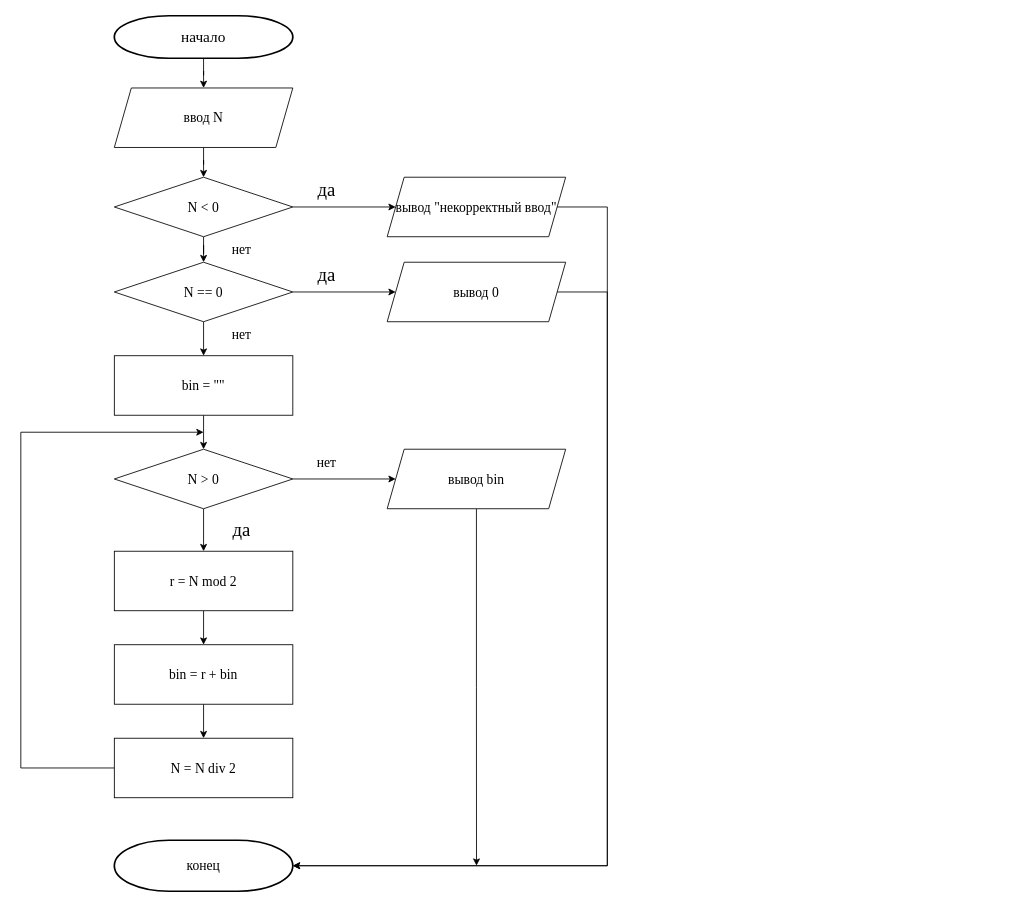
The draw.io diagram page "Страница-1" (1 of 2) of Диаграмма без названия.drawio in xujeta/xujeta, before the edit. Source tidied: cells renumbered, new cells numbered last; positions are measured from the earlier drawing's top-left corner, leaving out a move shared by most shapes. Both pictures are drawn from the tidied source at 85%, with x=0, y=0 at pixel (20, 15).
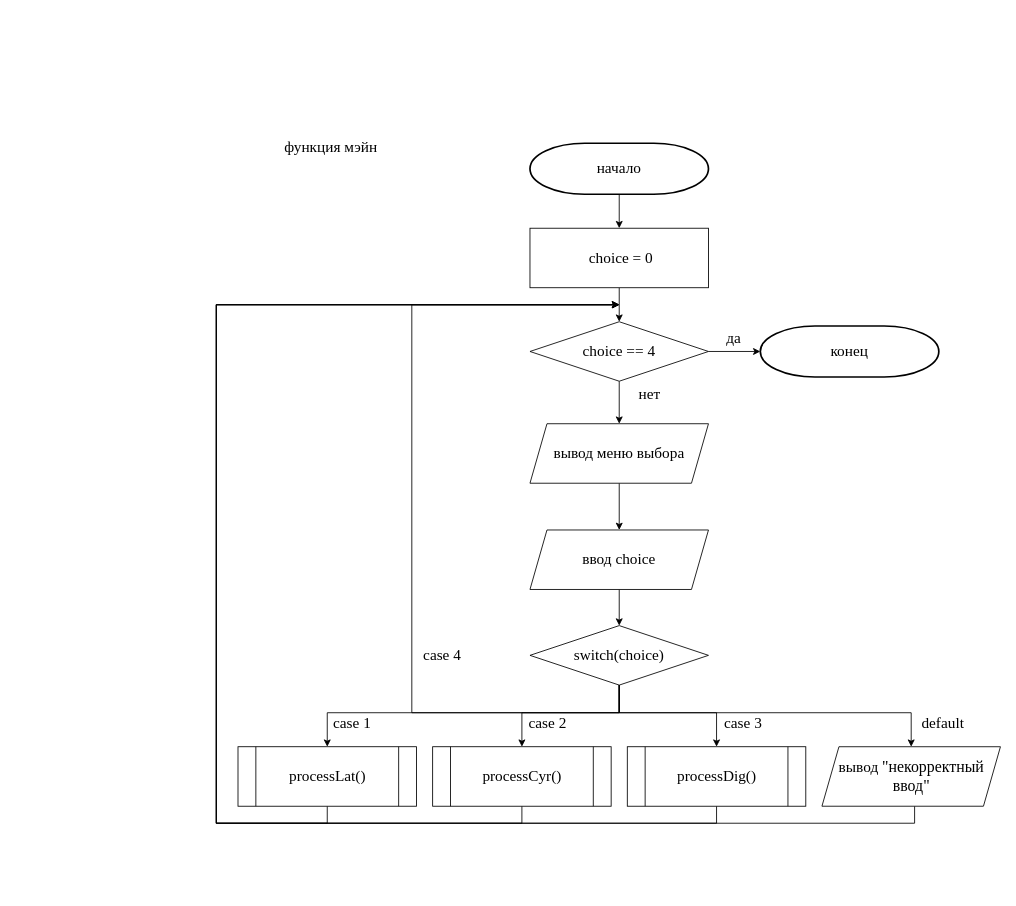
After the change.

The edit, as a diff of the source:
```diff
@@
-    <mxCell id="2" style="edgeStyle=orthogonalEdgeStyle;rounded=0;jettySize=auto;html=1;defaultLabelBackgroundColor=page;labelPadding=0 4;" parent="1" edge="1" source="3" target="8">
-      <mxGeometry relative="1" as="geometry" />
-    </mxCell>
+    <mxCell id="36" style="group;" parent="1" vertex="1">
+      <mxGeometry x="230" y="130" width="922.5" height="820" as="geometry" />
+    </mxCell>
+    <mxCell id="37" style="edgeStyle=orthogonalEdgeStyle;rounded=0;jettySize=auto;html=1;exitX=0.5;exitY=1;exitDx=0;exitDy=0;exitPerimeter=0;entryX=0.5;entryY=0;entryDx=0;entryDy=0;defaultLabelBackgroundColor=page;labelPadding=0 4;fontFamily=Times New Roman;fontSize=18;" parent="36" edge="1" source="3" target="39">
+      <mxGeometry relative="1" as="geometry" />
+    </mxCell>
-    <mxCell id="3" value="начало" style="strokeWidth=2;html=1;shape=mxgraph.flowchart.terminator;whiteSpace=wrap;fontFamily=Times New Roman;fontSize=18;" parent="1" vertex="1">
-      <mxGeometry x="110" width="210" height="50" as="geometry" />
+    <mxCell id="3" value="начало" style="strokeWidth=2;html=1;shape=mxgraph.flowchart.terminator;whiteSpace=wrap;fontFamily=Times New Roman;fontSize=18;" parent="36" vertex="1">
+      <mxGeometry x="369" y="20" width="210" height="60" as="geometry" />
     </mxCell>
-    <mxCell id="4" style="edgeStyle=orthogonalEdgeStyle;rounded=0;jettySize=auto;html=1;defaultLabelBackgroundColor=page;labelPadding=0 4;fontFamily=Times New Roman;fontSize=16;" parent="1" edge="1" source="6" target="12">
-      <mxGeometry relative="1" as="geometry" />
-    </mxCell>
-    <mxCell id="5" style="edgeStyle=orthogonalEdgeStyle;rounded=0;jettySize=auto;html=1;defaultLabelBackgroundColor=page;labelPadding=0 4;fontFamily=Times New Roman;fontSize=16;" parent="1" edge="1" source="6" target="15">
-      <mxGeometry relative="1" as="geometry" />
-    </mxCell>
+    <mxCell id="38" style="edgeStyle=orthogonalEdgeStyle;rounded=0;jettySize=auto;html=1;exitX=0.5;exitY=1;exitDx=0;exitDy=0;entryX=0.5;entryY=0;entryDx=0;entryDy=0;defaultLabelBackgroundColor=page;labelPadding=0 4;fontFamily=Times New Roman;fontSize=18;" parent="36" edge="1" source="39" target="6">
+      <mxGeometry relative="1" as="geometry" />
+    </mxCell>
+    <mxCell id="39" value="&amp;nbsp;choice = 0" style="rounded=0;whiteSpace=wrap;html=1;fontFamily=Times New Roman;fontSize=18;" parent="36" vertex="1">
+      <mxGeometry x="369" y="120" width="210" height="70" as="geometry" />
+    </mxCell>
+    <mxCell id="40" style="edgeStyle=orthogonalEdgeStyle;rounded=0;jettySize=auto;html=1;defaultLabelBackgroundColor=page;labelPadding=0 4;" parent="36" edge="1" source="6" target="8">
+      <mxGeometry relative="1" as="geometry" />
+    </mxCell>
-    <mxCell id="6" value="N &amp;lt; 0" style="rhombus;whiteSpace=wrap;html=1;shapeInside=1;fontFamily=Times New Roman;fontSize=16;" parent="1" vertex="1">
-      <mxGeometry x="110" y="190" width="210" height="70" as="geometry" />
+    <mxCell id="6" value="choice == 4" style="rhombus;whiteSpace=wrap;html=1;shapeInside=1;fontFamily=Times New Roman;fontSize=18;" parent="36" vertex="1">
+      <mxGeometry x="369" y="230" width="210" height="70" as="geometry" />
     </mxCell>
-    <mxCell id="7" style="edgeStyle=orthogonalEdgeStyle;rounded=0;jettySize=auto;html=1;defaultLabelBackgroundColor=page;labelPadding=0 4;fontFamily=Times New Roman;fontSize=16;" parent="1" edge="1" source="8" target="6">
-      <mxGeometry relative="1" as="geometry" />
-    </mxCell>
+    <mxCell id="41" style="edgeStyle=orthogonalEdgeStyle;rounded=0;jettySize=auto;html=1;exitX=0.5;exitY=1;exitDx=0;exitDy=0;defaultLabelBackgroundColor=page;labelPadding=0 4;fontFamily=Times New Roman;fontSize=18;" parent="36" edge="1" source="8" target="43">
+      <mxGeometry relative="1" as="geometry" />
+    </mxCell>
-    <mxCell id="8" value="ввод N" style="shape=parallelogram;perimeter=parallelogramPerimeter;whiteSpace=wrap;html=1;shapeInside=1;fixedSize=1;fontFamily=Times New Roman;fontSize=16;" parent="1" vertex="1">
-      <mxGeometry x="110" y="85" width="210" height="70" as="geometry" />
+    <mxCell id="8" value="вывод меню выбора" style="shape=parallelogram;perimeter=parallelogramPerimeter;whiteSpace=wrap;html=1;shapeInside=1;fixedSize=1;fontFamily=Times New Roman;fontSize=18;" parent="36" vertex="1">
+      <mxGeometry x="369" y="350" width="210" height="70" as="geometry" />
     </mxCell>
-    <mxCell id="9" value="конец" style="strokeWidth=2;html=1;shape=mxgraph.flowchart.terminator;whiteSpace=wrap;fontFamily=Times New Roman;fontSize=16;" parent="1" vertex="1">
-      <mxGeometry x="110" y="970" width="210" height="60" as="geometry" />
+    <mxCell id="9" value="конец" style="strokeWidth=2;html=1;shape=mxgraph.flowchart.terminator;whiteSpace=wrap;fontFamily=Times New Roman;fontSize=18;" parent="36" vertex="1">
+      <mxGeometry x="640" y="235" width="210" height="60" as="geometry" />
     </mxCell>
+    <mxCell id="42" style="edgeStyle=orthogonalEdgeStyle;rounded=0;jettySize=auto;html=1;exitX=0.5;exitY=1;exitDx=0;exitDy=0;entryX=0.5;entryY=0;entryDx=0;entryDy=0;defaultLabelBackgroundColor=page;labelPadding=0 4;fontFamily=Times New Roman;fontSize=18;" parent="36" edge="1" source="43" target="49">
+      <mxGeometry relative="1" as="geometry" />
+    </mxCell>
+    <mxCell id="43" value="ввод choice" style="shape=parallelogram;perimeter=parallelogramPerimeter;whiteSpace=wrap;html=1;shapeInside=1;fixedSize=1;fontFamily=Times New Roman;fontSize=18;" parent="36" vertex="1">
+      <mxGeometry x="369" y="475" width="210" height="70" as="geometry" />
+    </mxCell>
+    <mxCell id="44" style="edgeStyle=orthogonalEdgeStyle;rounded=0;jettySize=auto;html=1;exitX=0.5;exitY=1;exitDx=0;exitDy=0;defaultLabelBackgroundColor=page;labelPadding=0 4;" parent="36" edge="1" source="49">
+      <mxGeometry x="-0.13" relative="1" as="geometry">
+        <mxPoint x="474" y="210" as="targetPoint" />
+        <Array as="points">
+          <mxPoint x="474" y="690" />
+          <mxPoint x="230" y="690" />
+          <mxPoint x="230" y="210" />
+        </Array>
+      </mxGeometry>
+    </mxCell>
+    <mxCell id="45" style="edgeStyle=orthogonalEdgeStyle;rounded=0;jettySize=auto;html=1;exitX=0.5;exitY=1;exitDx=0;exitDy=0;entryX=0.5;entryY=0;entryDx=0;entryDy=0;defaultLabelBackgroundColor=page;labelPadding=0 4;" parent="36" edge="1" source="49" target="53">
+      <mxGeometry relative="1" as="geometry">
+        <Array as="points">
+          <mxPoint x="474" y="690" />
+          <mxPoint x="130.5" y="690" />
+        </Array>
+      </mxGeometry>
+    </mxCell>
+    <mxCell id="46" style="edgeStyle=orthogonalEdgeStyle;rounded=0;jettySize=auto;html=1;exitX=0.5;exitY=1;exitDx=0;exitDy=0;entryX=0.5;entryY=0;entryDx=0;entryDy=0;defaultLabelBackgroundColor=page;labelPadding=0 4;" parent="36" edge="1" source="49" target="55">
+      <mxGeometry relative="1" as="geometry">
+        <Array as="points">
+          <mxPoint x="474" y="690" />
+          <mxPoint x="359.5" y="690" />
+        </Array>
+      </mxGeometry>
+    </mxCell>
+    <mxCell id="47" style="edgeStyle=orthogonalEdgeStyle;rounded=0;jettySize=auto;html=1;exitX=0.5;exitY=1;exitDx=0;exitDy=0;entryX=0.5;entryY=0;entryDx=0;entryDy=0;defaultLabelBackgroundColor=page;labelPadding=0 4;" parent="36" edge="1" source="49" target="57">
+      <mxGeometry relative="1" as="geometry">
+        <Array as="points">
+          <mxPoint x="474" y="690" />
+          <mxPoint x="588.5" y="690" />
+        </Array>
+      </mxGeometry>
+    </mxCell>
+    <mxCell id="48" style="edgeStyle=orthogonalEdgeStyle;rounded=0;jettySize=auto;html=1;exitX=0.5;exitY=1;exitDx=0;exitDy=0;entryX=0.5;entryY=0;entryDx=0;entryDy=0;defaultLabelBackgroundColor=page;labelPadding=0 4;" parent="36" edge="1" source="49" target="12">
+      <mxGeometry relative="1" as="geometry">
+        <Array as="points">
+          <mxPoint x="474" y="690" />
+          <mxPoint x="817.5" y="690" />
+        </Array>
+      </mxGeometry>
+    </mxCell>
+    <mxCell id="49" value="switch(choice)" style="rhombus;whiteSpace=wrap;html=1;shapeInside=1;fontFamily=Times New Roman;fontSize=18;" parent="36" vertex="1">
+      <mxGeometry x="369" y="587.5" width="210" height="70" as="geometry" />
+    </mxCell>
+    <mxCell id="50" style="edgeStyle=orthogonalEdgeStyle;rounded=0;orthogonalLoop=1;jettySize=auto;html=1;innerLoopWaypoints=1;exitX=0.5;exitY=1;exitDx=0;exitDy=0;defaultLabelBackgroundColor=page;labelPadding=0 4;" parent="36" edge="1" source="49" target="49">
+      <mxGeometry relative="1" as="geometry" />
+    </mxCell>
+    <mxCell id="51" style="edgeStyle=orthogonalEdgeStyle;rounded=0;orthogonalLoop=1;jettySize=auto;html=1;exitX=0.5;exitY=1;exitDx=0;exitDy=0;defaultLabelBackgroundColor=page;labelPadding=0 4;" parent="36" edge="1">
+      <mxGeometry x="-0.08" relative="1" as="geometry">
+        <mxPoint x="821.5" y="800" as="sourcePoint" />
+        <mxPoint x="474" y="210" as="targetPoint" />
+        <Array as="points">
+          <mxPoint x="821.5" y="820" />
+          <mxPoint y="820" />
+          <mxPoint y="210" />
+        </Array>
+      </mxGeometry>
+    </mxCell>
+    <mxCell id="12" value="вывод&amp;nbsp;&lt;span style=&quot;color: black; font-family: &amp;quot;Times New Roman&amp;quot;, serif; font-size: 14pt; background-color: transparent;&quot;&gt;&quot;некорректный&lt;br/&gt;ввод&quot;&lt;/span&gt;" style="shape=parallelogram;perimeter=parallelogramPerimeter;whiteSpace=wrap;html=1;shapeInside=1;fixedSize=1;fontFamily=Times New Roman;fontSize=18;" parent="36" vertex="1">
+      <mxGeometry x="712.5" y="730" width="210" height="70" as="geometry" />
+    </mxCell>
+    <mxCell id="52" style="edgeStyle=orthogonalEdgeStyle;rounded=0;jettySize=auto;html=1;exitX=0.5;exitY=1;exitDx=0;exitDy=0;defaultLabelBackgroundColor=page;labelPadding=0 4;" parent="36" edge="1" source="53">
+      <mxGeometry x="-0.12" relative="1" as="geometry">
+        <mxPoint x="474" y="210" as="targetPoint" />
+        <Array as="points">
+          <mxPoint x="130.5" y="820" />
+          <mxPoint y="820" />
+          <mxPoint y="210" />
+        </Array>
+      </mxGeometry>
+    </mxCell>
+    <mxCell id="53" value="&lt;pre&gt;&lt;font face=&quot;Times New Roman&quot; style=&quot;font-size: 18px;&quot;&gt;processLat()&lt;/font&gt;&lt;/pre&gt;" style="shape=process;whiteSpace=wrap;html=1;backgroundOutline=1;fontFamily=Helvetica;fontSize=12;fontColor=default;fontStyle=0;align=center;verticalAlign=middle;" parent="36" vertex="1">
+      <mxGeometry x="25.5" y="730" width="210" height="70" as="geometry" />
+    </mxCell>
+    <mxCell id="54" style="edgeStyle=orthogonalEdgeStyle;rounded=0;jettySize=auto;html=1;exitX=0.5;exitY=1;exitDx=0;exitDy=0;defaultLabelBackgroundColor=page;labelPadding=0 4;" parent="36" edge="1" source="55">
+      <mxGeometry x="-0.1" relative="1" as="geometry">
+        <mxPoint x="474" y="210" as="targetPoint" />
+        <Array as="points">
+          <mxPoint x="359.5" y="820" />
+          <mxPoint y="820" />
+          <mxPoint y="210" />
+        </Array>
+      </mxGeometry>
+    </mxCell>
+    <mxCell id="55" value="&lt;div style=&quot;&quot;&gt;&lt;span style=&quot;&quot;&gt;processCyr&lt;/span&gt;()&lt;/div&gt;" style="shape=process;whiteSpace=wrap;html=1;backgroundOutline=1;fontFamily=Times New Roman;fontSize=18;fontColor=light-dark(#000000,#FFFFFF);" parent="36" vertex="1">
+      <mxGeometry x="254.5" y="730" width="210" height="70" as="geometry" />
+    </mxCell>
+    <mxCell id="56" style="edgeStyle=orthogonalEdgeStyle;rounded=0;jettySize=auto;html=1;exitX=0.5;exitY=1;exitDx=0;exitDy=0;defaultLabelBackgroundColor=page;labelPadding=0 4;" parent="36" edge="1" source="57">
+      <mxGeometry x="-0.09" relative="1" as="geometry">
+        <mxPoint x="474" y="210" as="targetPoint" />
+        <Array as="points">
+          <mxPoint x="588.5" y="820" />
+          <mxPoint y="820" />
+          <mxPoint y="210" />
+        </Array>
+      </mxGeometry>
+    </mxCell>
+    <mxCell id="57" value="&lt;pre style=&quot;color: rgb(0, 0, 0);&quot;&gt;&lt;font face=&quot;Times New Roman&quot; style=&quot;font-size: 18px;&quot;&gt;processDig()&lt;/font&gt;&lt;/pre&gt;" style="shape=process;whiteSpace=wrap;html=1;backgroundOutline=1;" parent="36" vertex="1">
+      <mxGeometry x="483.5" y="730" width="210" height="70" as="geometry" />
+    </mxCell>
-    <mxCell id="10" value="&lt;font style=&quot;font-size: 22px;&quot;&gt;да&lt;/font&gt;" style="text;html=1;whiteSpace=wrap;strokeColor=none;fillColor=none;align=center;verticalAlign=middle;rounded=0;fontFamily=Times New Roman;fontSize=16;" parent="1" vertex="1">
-      <mxGeometry x="330" y="190" width="60" height="30" as="geometry" />
+    <mxCell id="10" value="&lt;font face=&quot;Times New Roman&quot; style=&quot;font-size: 18px;&quot;&gt;да&lt;/font&gt;" style="text;html=1;whiteSpace=wrap;strokeColor=none;fillColor=none;align=center;verticalAlign=middle;rounded=0;" parent="36" vertex="1">
+      <mxGeometry x="579" y="235" width="60" height="30" as="geometry" />
     </mxCell>
-    <mxCell id="11" value="нет" style="text;html=1;whiteSpace=wrap;strokeColor=none;fillColor=none;align=center;verticalAlign=middle;rounded=0;fontFamily=Times New Roman;fontSize=16;fontColor=default;fontStyle=0;" parent="1" vertex="1">
-      <mxGeometry x="230" y="260" width="60" height="30" as="geometry" />
+    <mxCell id="11" value="нет" style="text;html=1;whiteSpace=wrap;strokeColor=none;fillColor=none;align=center;verticalAlign=middle;rounded=0;fontFamily=Times New Roman;fontSize=18;fontColor=default;fontStyle=0;" parent="36" vertex="1">
+      <mxGeometry x="480" y="300" width="60" height="30" as="geometry" />
     </mxCell>
-    <mxCell id="12" value="вывод &quot;некорректный ввод&quot;" style="shape=parallelogram;perimeter=parallelogramPerimeter;whiteSpace=wrap;html=1;shapeInside=1;fixedSize=1;fontFamily=Times New Roman;fontSize=16;" parent="1" vertex="1">
-      <mxGeometry x="431" y="190" width="210" height="70" as="geometry" />
-    </mxCell>
-    <mxCell id="13" style="edgeStyle=orthogonalEdgeStyle;rounded=0;jettySize=auto;html=1;defaultLabelBackgroundColor=page;labelPadding=0 4;fontFamily=Times New Roman;fontSize=16;" parent="1" edge="1" source="15" target="20">
-      <mxGeometry relative="1" as="geometry" />
-    </mxCell>
-    <mxCell id="14" style="edgeStyle=orthogonalEdgeStyle;rounded=0;jettySize=auto;html=1;defaultLabelBackgroundColor=page;labelPadding=0 4;fontFamily=Times New Roman;fontSize=16;" parent="1" edge="1" source="15" target="18">
-      <mxGeometry relative="1" as="geometry" />
-    </mxCell>
-    <mxCell id="15" value="N == 0" style="rhombus;whiteSpace=wrap;html=1;shapeInside=1;fontFamily=Times New Roman;fontSize=16;" parent="1" vertex="1">
-      <mxGeometry x="110" y="290" width="210" height="70" as="geometry" />
-    </mxCell>
-    <mxCell id="16" value="нет" style="text;html=1;whiteSpace=wrap;strokeColor=none;fillColor=none;align=center;verticalAlign=middle;rounded=0;fontFamily=Times New Roman;fontSize=16;fontColor=default;fontStyle=0;" parent="1" vertex="1">
-      <mxGeometry x="230" y="360" width="60" height="30" as="geometry" />
-    </mxCell>
-    <mxCell id="17" value="&lt;font style=&quot;font-size: 22px;&quot;&gt;да&lt;/font&gt;" style="text;html=1;whiteSpace=wrap;strokeColor=none;fillColor=none;align=center;verticalAlign=middle;rounded=0;fontFamily=Times New Roman;fontSize=16;" parent="1" vertex="1">
-      <mxGeometry x="330" y="290" width="60" height="30" as="geometry" />
-    </mxCell>
-    <mxCell id="18" value="вывод 0" style="shape=parallelogram;perimeter=parallelogramPerimeter;whiteSpace=wrap;html=1;shapeInside=1;fixedSize=1;fontFamily=Times New Roman;fontSize=16;" parent="1" vertex="1">
-      <mxGeometry x="431" y="290" width="210" height="70" as="geometry" />
-    </mxCell>
-    <mxCell id="19" style="edgeStyle=orthogonalEdgeStyle;rounded=0;jettySize=auto;html=1;defaultLabelBackgroundColor=page;labelPadding=0 4;fontFamily=Times New Roman;fontSize=16;" parent="1" edge="1" source="20" target="23">
-      <mxGeometry relative="1" as="geometry" />
-    </mxCell>
-    <mxCell id="20" value="bin = &quot;&quot;" style="rounded=0;whiteSpace=wrap;html=1;fontFamily=Times New Roman;fontSize=16;" parent="1" vertex="1">
-      <mxGeometry x="110" y="400" width="210" height="70" as="geometry" />
-    </mxCell>
-    <mxCell id="21" style="edgeStyle=orthogonalEdgeStyle;rounded=0;jettySize=auto;html=1;defaultLabelBackgroundColor=page;labelPadding=0 4;fontFamily=Times New Roman;fontSize=16;" parent="1" edge="1" source="23" target="27">
-      <mxGeometry relative="1" as="geometry" />
-    </mxCell>
-    <mxCell id="22" style="edgeStyle=orthogonalEdgeStyle;rounded=0;jettySize=auto;html=1;defaultLabelBackgroundColor=page;labelPadding=0 4;fontFamily=Times New Roman;fontSize=16;" parent="1" edge="1" source="23" target="31">
-      <mxGeometry relative="1" as="geometry" />
-    </mxCell>
-    <mxCell id="23" value="N &amp;gt; 0" style="rhombus;whiteSpace=wrap;html=1;shapeInside=1;fontFamily=Times New Roman;fontSize=16;" parent="1" vertex="1">
-      <mxGeometry x="110" y="510" width="210" height="70" as="geometry" />
-    </mxCell>
-    <mxCell id="24" value="нет" style="text;html=1;whiteSpace=wrap;strokeColor=none;fillColor=none;align=center;verticalAlign=middle;rounded=0;fontFamily=Times New Roman;fontSize=16;fontColor=default;fontStyle=0;" parent="1" vertex="1">
-      <mxGeometry x="330" y="510" width="60" height="30" as="geometry" />
-    </mxCell>
-    <mxCell id="25" value="&lt;font style=&quot;font-size: 22px;&quot;&gt;да&lt;/font&gt;" style="text;html=1;whiteSpace=wrap;strokeColor=none;fillColor=none;align=center;verticalAlign=middle;rounded=0;fontFamily=Times New Roman;fontSize=16;" parent="1" vertex="1">
-      <mxGeometry x="230" y="590" width="60" height="30" as="geometry" />
-    </mxCell>
-    <mxCell id="26" style="edgeStyle=orthogonalEdgeStyle;rounded=0;jettySize=auto;html=1;exitX=0.5;exitY=1;exitDx=0;exitDy=0;defaultLabelBackgroundColor=page;labelPadding=0 4;fontFamily=Times New Roman;fontSize=16;" parent="1" edge="1" source="27">
-      <mxGeometry relative="1" as="geometry">
-        <mxPoint x="536.1" y="1000" as="targetPoint" />
-      </mxGeometry>
-    </mxCell>
-    <mxCell id="27" value="вывод bin" style="shape=parallelogram;perimeter=parallelogramPerimeter;whiteSpace=wrap;html=1;shapeInside=1;fixedSize=1;fontFamily=Times New Roman;fontSize=16;" parent="1" vertex="1">
-      <mxGeometry x="431" y="510" width="210" height="70" as="geometry" />
-    </mxCell>
-    <mxCell id="28" style="edgeStyle=orthogonalEdgeStyle;rounded=0;jettySize=auto;html=1;exitX=1;exitY=0.5;exitDx=0;exitDy=0;entryX=1;entryY=0.5;entryDx=0;entryDy=0;entryPerimeter=0;defaultLabelBackgroundColor=page;labelPadding=0 4;fontFamily=Times New Roman;fontSize=16;" parent="1" edge="1" source="12" target="9">
-      <mxGeometry relative="1" as="geometry">
-        <Array as="points">
-          <mxPoint x="690" y="225" />
-          <mxPoint x="690" y="1000" />
-        </Array>
-      </mxGeometry>
-    </mxCell>
-    <mxCell id="29" style="edgeStyle=orthogonalEdgeStyle;rounded=0;jettySize=auto;html=1;exitX=1;exitY=0.5;exitDx=0;exitDy=0;entryX=1;entryY=0.5;entryDx=0;entryDy=0;entryPerimeter=0;defaultLabelBackgroundColor=page;labelPadding=0 4;fontFamily=Times New Roman;fontSize=16;" parent="1" edge="1" source="18" target="9">
-      <mxGeometry relative="1" as="geometry">
-        <Array as="points">
-          <mxPoint x="690" y="325" />
-          <mxPoint x="690" y="1000" />
-        </Array>
-      </mxGeometry>
-    </mxCell>
-    <mxCell id="30" style="edgeStyle=orthogonalEdgeStyle;rounded=0;jettySize=auto;html=1;defaultLabelBackgroundColor=page;labelPadding=0 4;fontFamily=Times New Roman;fontSize=16;" parent="1" edge="1" source="31" target="33">
-      <mxGeometry relative="1" as="geometry" />
-    </mxCell>
-    <mxCell id="31" value="r = N mod 2" style="rounded=0;whiteSpace=wrap;html=1;fontFamily=Times New Roman;fontSize=16;" parent="1" vertex="1">
-      <mxGeometry x="110" y="630" width="210" height="70" as="geometry" />
-    </mxCell>
-    <mxCell id="32" style="edgeStyle=orthogonalEdgeStyle;rounded=0;jettySize=auto;html=1;defaultLabelBackgroundColor=page;labelPadding=0 4;fontFamily=Times New Roman;fontSize=16;" parent="1" edge="1" source="33" target="35">
-      <mxGeometry relative="1" as="geometry" />
-    </mxCell>
-    <mxCell id="33" value="bin = r + bin" style="rounded=0;whiteSpace=wrap;html=1;fontFamily=Times New Roman;fontSize=16;" parent="1" vertex="1">
-      <mxGeometry x="110" y="740" width="210" height="70" as="geometry" />
-    </mxCell>
-    <mxCell id="34" style="edgeStyle=orthogonalEdgeStyle;rounded=0;jettySize=auto;html=1;exitX=0;exitY=0.5;exitDx=0;exitDy=0;defaultLabelBackgroundColor=page;labelPadding=0 4;fontFamily=Times New Roman;fontSize=16;" parent="1" edge="1" source="35">
-      <mxGeometry x="-0.02" relative="1" as="geometry">
-        <mxPoint x="215" y="490" as="targetPoint" />
-        <Array as="points">
-          <mxPoint y="885" />
-          <mxPoint y="490" />
-        </Array>
-      </mxGeometry>
-    </mxCell>
-    <mxCell id="35" value="N = N div 2" style="rounded=0;whiteSpace=wrap;html=1;fontFamily=Times New Roman;fontSize=16;" parent="1" vertex="1">
-      <mxGeometry x="110" y="850" width="210" height="70" as="geometry" />
-    </mxCell>
+    <mxCell id="58" value="&lt;font face=&quot;Times New Roman&quot; style=&quot;font-size: 18px;&quot;&gt;функция мэйн&lt;/font&gt;" style="text;html=1;whiteSpace=wrap;strokeColor=none;fillColor=none;align=center;verticalAlign=middle;rounded=0;" parent="36" vertex="1">
+      <mxGeometry x="70" width="130" height="50" as="geometry" />
+    </mxCell>
+    <mxCell id="59" style="edgeStyle=orthogonalEdgeStyle;rounded=0;jettySize=auto;html=1;exitX=1;exitY=0.5;exitDx=0;exitDy=0;entryX=0;entryY=0.5;entryDx=0;entryDy=0;entryPerimeter=0;defaultLabelBackgroundColor=page;labelPadding=0 4;" parent="36" edge="1" source="6" target="9">
+      <mxGeometry relative="1" as="geometry" />
+    </mxCell>
+    <mxCell id="60" value="case 4" style="text;html=1;whiteSpace=wrap;strokeColor=none;fillColor=none;align=center;verticalAlign=middle;rounded=0;fontFamily=Times New Roman;fontSize=18;fontColor=default;fontStyle=0;" parent="36" vertex="1">
+      <mxGeometry x="235.5" y="607.5" width="60" height="30" as="geometry" />
+    </mxCell>
+    <mxCell id="61" value="case 1" style="text;html=1;whiteSpace=wrap;strokeColor=none;fillColor=none;align=center;verticalAlign=middle;rounded=0;fontFamily=Times New Roman;fontSize=18;fontColor=default;fontStyle=0;" parent="36" vertex="1">
+      <mxGeometry x="130" y="687.5" width="60" height="30" as="geometry" />
+    </mxCell>
+    <mxCell id="62" value="case 2" style="text;html=1;whiteSpace=wrap;strokeColor=none;fillColor=none;align=center;verticalAlign=middle;rounded=0;fontFamily=Times New Roman;fontSize=18;fontColor=default;fontStyle=0;" parent="36" vertex="1">
+      <mxGeometry x="360" y="687.5" width="60" height="30" as="geometry" />
+    </mxCell>
+    <mxCell id="63" value="case 3" style="text;html=1;whiteSpace=wrap;strokeColor=none;fillColor=none;align=center;verticalAlign=middle;rounded=0;fontFamily=Times New Roman;fontSize=18;fontColor=default;fontStyle=0;" parent="36" vertex="1">
+      <mxGeometry x="590" y="687.5" width="60" height="30" as="geometry" />
+    </mxCell>
+    <mxCell id="64" value="default" style="text;html=1;whiteSpace=wrap;strokeColor=none;fillColor=none;align=center;verticalAlign=middle;rounded=0;fontFamily=Times New Roman;fontSize=18;fontColor=default;fontStyle=0;" parent="36" vertex="1">
+      <mxGeometry x="820" y="687.5" width="70" height="30" as="geometry" />
+    </mxCell>
```
